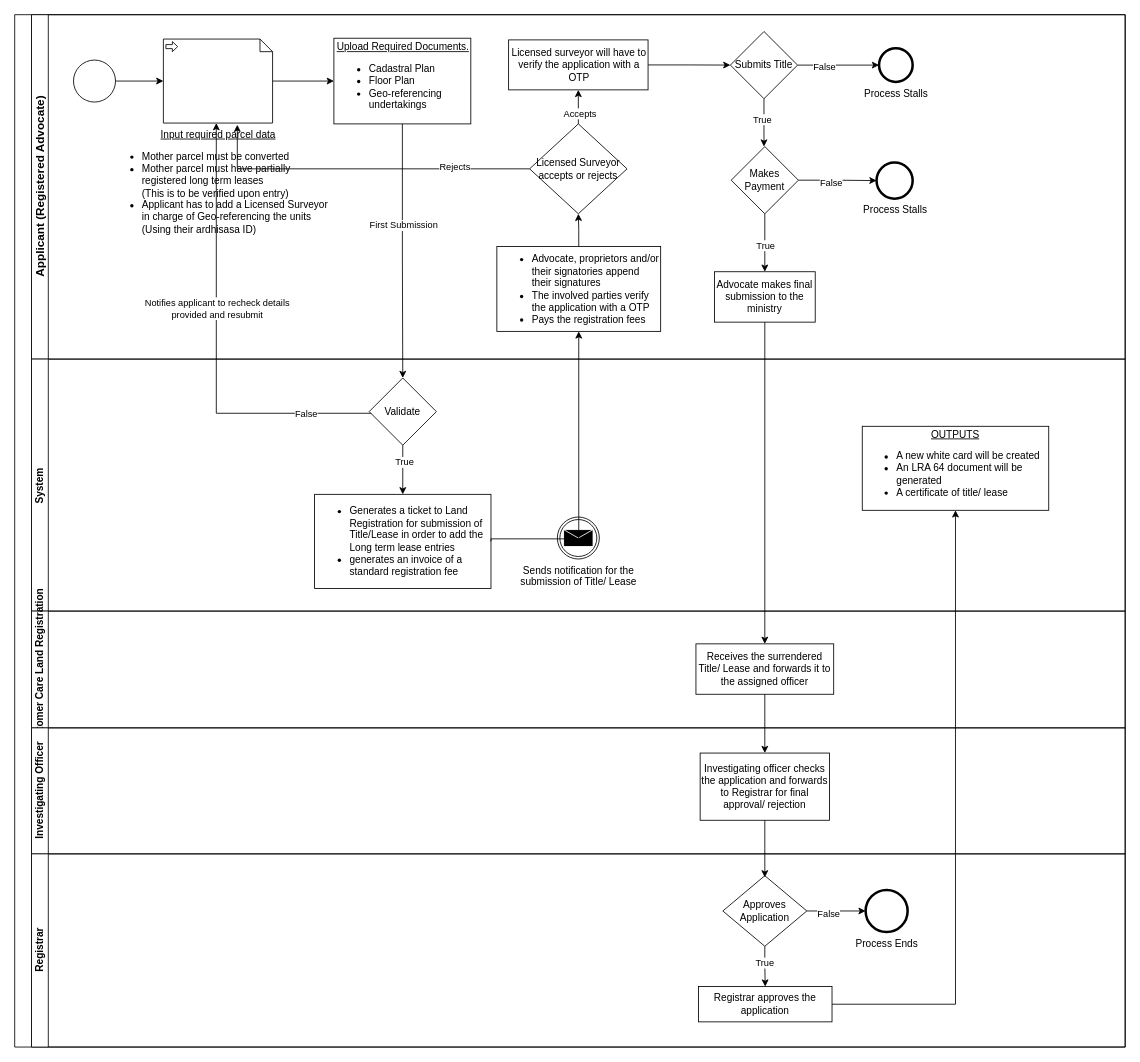
pascalokoth/BPMN keeps this draw.io diagram as Long term lease.drawio. Above is the earlier version. Source tidied: cells renumbered, new cells numbered last; positions are measured from the earlier drawing's top-left corner, leaving out a move shared by most shapes. Both pictures are drawn from the tidied source at 84%, with x=0, y=0 at pixel (14, 14).
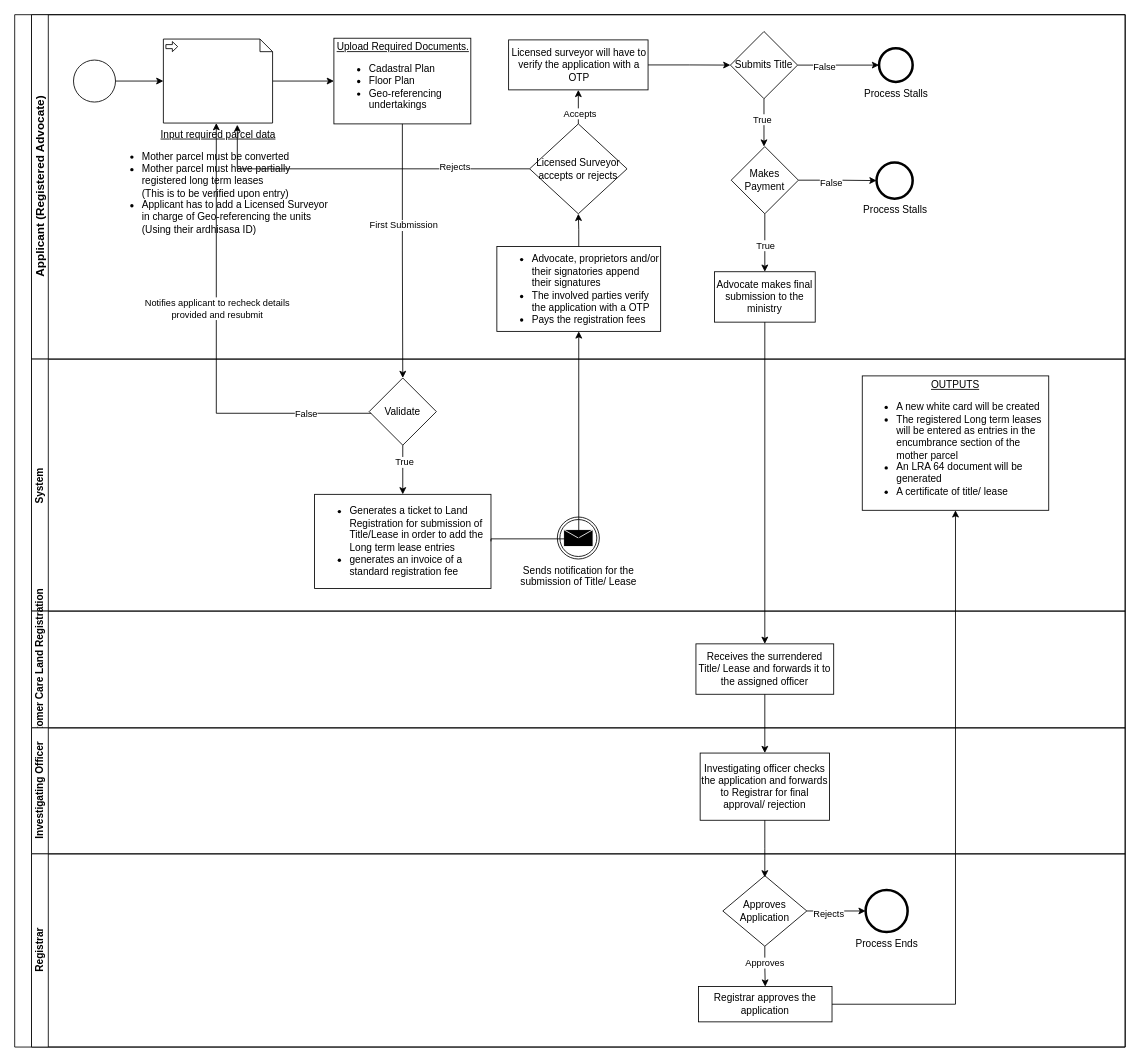
Above is the later version.

The change refers to these unchanged cells:
```xml
<mxCell id="32" value="System&amp;nbsp;" style="swimlane;html=1;startSize=20;horizontal=0;" parent="2" vertex="1">
  <mxGeometry x="20" y="410" width="1302" height="300" as="geometry" />
</mxCell>
<mxCell id="48" style="edgeStyle=orthogonalEdgeStyle;rounded=0;jettySize=auto;html=1;" parent="45" edge="1" source="52" target="46">
  <mxGeometry relative="1" as="geometry" />
</mxCell>
<mxCell id="50" style="edgeStyle=orthogonalEdgeStyle;rounded=0;jettySize=auto;html=1;" parent="45" edge="1" source="52" target="47">
  <mxGeometry relative="1" as="geometry" />
</mxCell>
```

What changed in the source:
```diff
@@
-    <mxCell id="38" value="&lt;div style=&quot;&quot;&gt;&lt;u style=&quot;background-color: initial;&quot;&gt;OUTPUTS&lt;/u&gt;&lt;/div&gt;&lt;ul style=&quot;&quot;&gt;&lt;li style=&quot;text-align: left;&quot;&gt;A new white card will be created&lt;/li&gt;&lt;li style=&quot;text-align: left;&quot;&gt;An LRA 64 document will be generated&lt;/li&gt;&lt;li style=&quot;text-align: left;&quot;&gt;A certificate of title/ lease&lt;/li&gt;&lt;/ul&gt;" style="whiteSpace=wrap;html=1;align=center;" parent="32" vertex="1">
-      <mxGeometry x="989" y="80" width="222" height="100" as="geometry" />
+    <mxCell id="38" value="&lt;div style=&quot;&quot;&gt;&lt;u style=&quot;background-color: initial;&quot;&gt;OUTPUTS&lt;/u&gt;&lt;/div&gt;&lt;ul style=&quot;&quot;&gt;&lt;li style=&quot;text-align: left;&quot;&gt;A new white card will be created&lt;/li&gt;&lt;li style=&quot;text-align: left;&quot;&gt;The registered Long term leases will be entered as entries in the encumbrance section of the mother parcel&lt;/li&gt;&lt;li style=&quot;text-align: left;&quot;&gt;An LRA 64 document will be generated&lt;/li&gt;&lt;li style=&quot;text-align: left;&quot;&gt;A certificate of title/ lease&lt;/li&gt;&lt;/ul&gt;" style="whiteSpace=wrap;html=1;align=center;" parent="32" vertex="1">
+      <mxGeometry x="989" y="20" width="222" height="160" as="geometry" />
     </mxCell>
@@
-    <mxCell id="49" value="True" style="edgeLabel;html=1;align=center;verticalAlign=middle;" parent="48" vertex="1">
+    <mxCell id="49" value="Approves" style="edgeLabel;html=1;align=center;verticalAlign=middle;" parent="48" vertex="1">
       <mxGeometry x="-0.22" y="-1" relative="1" as="geometry" />
     </mxCell>
@@
-    <mxCell id="51" value="False" style="edgeLabel;html=1;align=center;verticalAlign=middle;" parent="50" vertex="1">
+    <mxCell id="51" value="Rejects" style="edgeLabel;html=1;align=center;verticalAlign=middle;" parent="50" vertex="1">
       <mxGeometry x="-0.29" y="-3" relative="1" as="geometry" />
     </mxCell>
```
